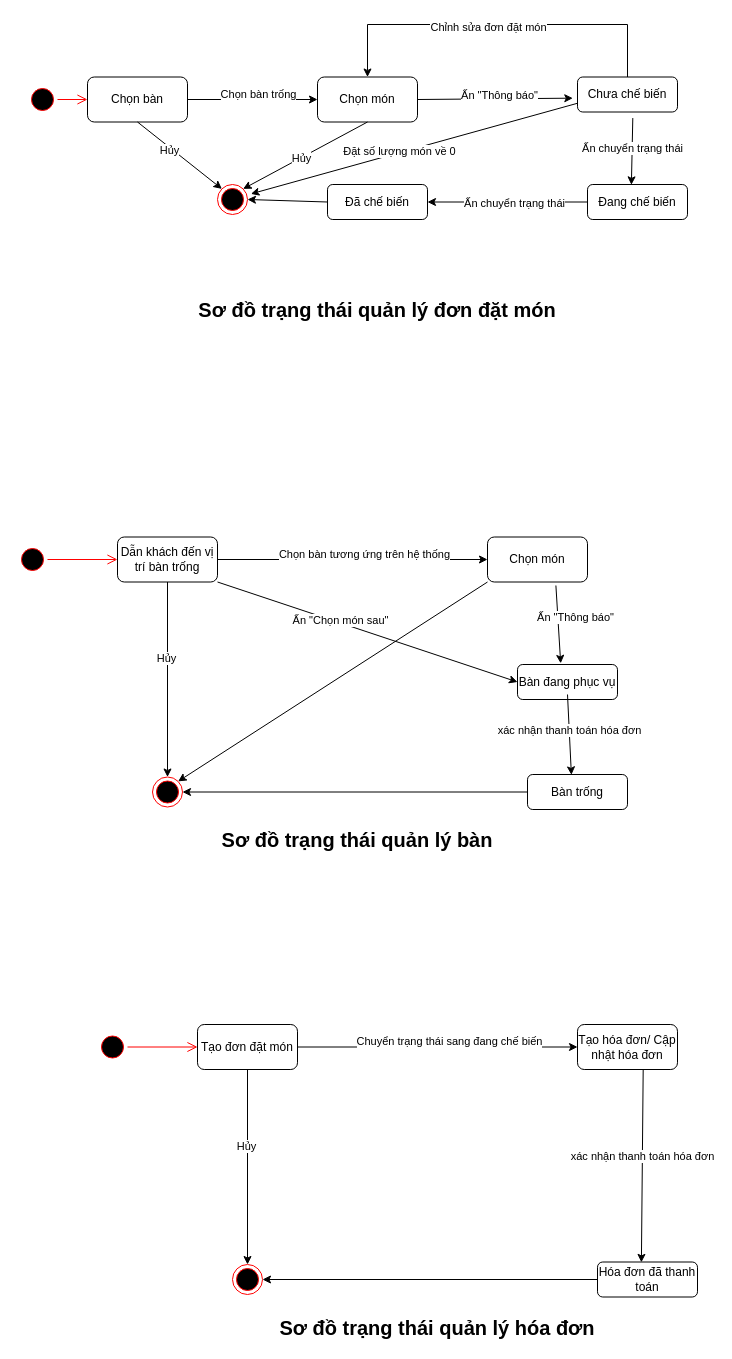
This is StateDiagram.drawio from damvuong02/DoAnDocument, a draw.io file, before an edit. Source tidied: cells renumbered, new cells numbered last; positions are measured from the earlier drawing's top-left corner, leaving out a move shared by most shapes. Both pictures are drawn from the tidied source at 100%, with x=0, y=0 at pixel (17, 24).
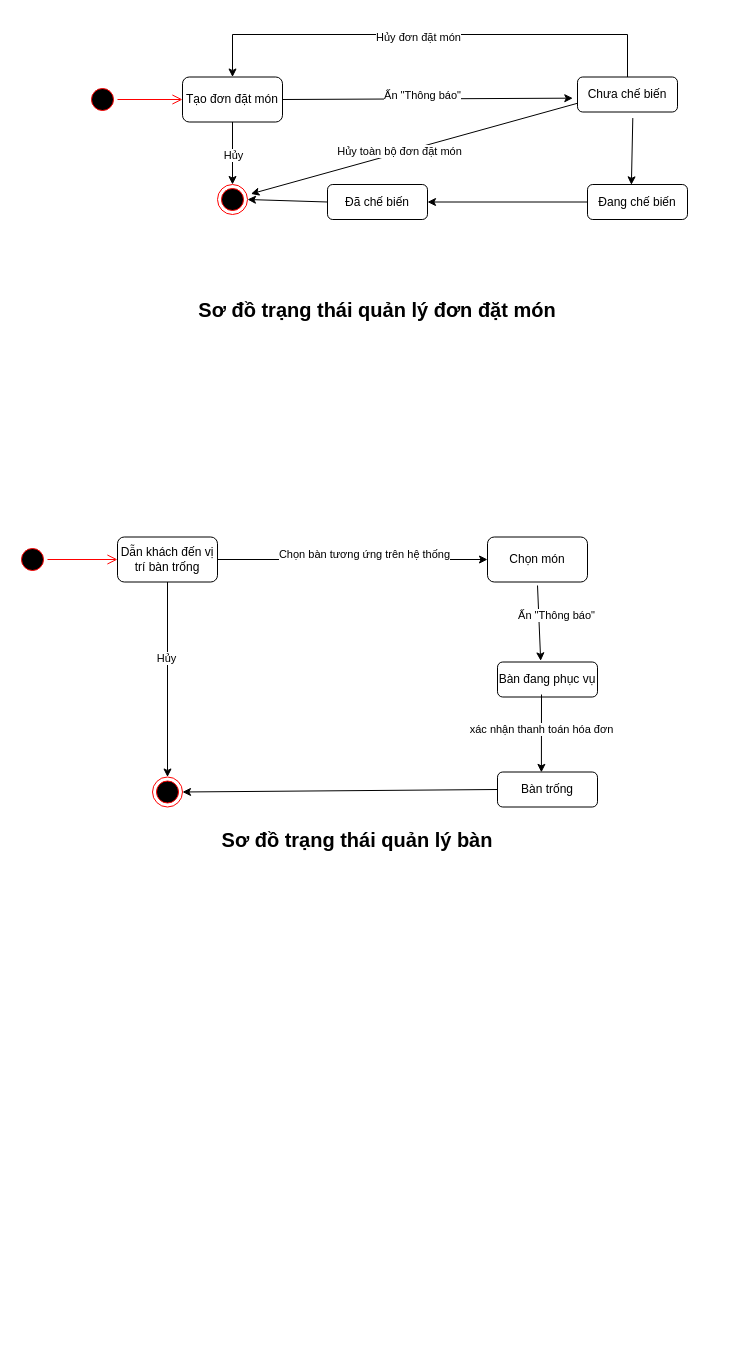
The same diagram, later.

The change refers to these unchanged cells:
```xml
<mxCell id="3" style="ellipse;html=1;shape=endState;fillColor=#000000;strokeColor=#ff0000;" parent="1" vertex="1">
  <mxGeometry x="200" y="160" width="30" height="30" as="geometry" />
</mxCell>
<mxCell id="9" value="Chưa chế biến" style="rounded=1;whiteSpace=wrap;html=1;" parent="1" vertex="1">
  <mxGeometry x="560" y="52.5" width="100" height="35" as="geometry" />
</mxCell>
<mxCell id="16" style="endArrow=classic;html=1;rounded=0;exitX=0.553;exitY=1.173;exitDx=0;exitDy=0;exitPerimeter=0;entryX=0.439;entryY=0.01;entryDx=0;entryDy=0;entryPerimeter=0;" parent="1" edge="1" source="9" target="14">
  <mxGeometry relative="1" as="geometry" />
</mxCell>
<mxCell id="18" style="endArrow=classic;html=1;rounded=0;entryX=1;entryY=0.5;entryDx=0;entryDy=0;exitX=0;exitY=0.5;exitDx=0;exitDy=0;" parent="1" edge="1" source="14" target="15">
  <mxGeometry relative="1" as="geometry" />
</mxCell>
<mxCell id="25" style="endArrow=classic;html=1;rounded=0;exitX=0;exitY=0.75;exitDx=0;exitDy=0;entryX=1.113;entryY=0.313;entryDx=0;entryDy=0;entryPerimeter=0;" parent="1" edge="1" source="9" target="3">
  <mxGeometry relative="1" as="geometry" />
</mxCell>
<mxCell id="29" style="ellipse;html=1;shape=endState;fillColor=#000000;strokeColor=#ff0000;" parent="1" vertex="1">
  <mxGeometry x="135" y="752.5" width="30" height="30" as="geometry" />
</mxCell>
<mxCell id="32" value="Chọn món" style="rounded=1;whiteSpace=wrap;html=1;" parent="1" vertex="1">
  <mxGeometry x="470" y="512.5" width="100" height="45" as="geometry" />
</mxCell>
<mxCell id="34" value="Dẫn khách đến vị trí bàn trống" style="rounded=1;whiteSpace=wrap;html=1;" parent="1" vertex="1">
  <mxGeometry x="100" y="512.5" width="100" height="45" as="geometry" />
</mxCell>
```

Diff of the diagram source:
```diff
@@
     <mxCell id="2" style="ellipse;html=1;shape=startState;fillColor=#000000;strokeColor=#ff0000;" parent="1" vertex="1">
-      <mxGeometry x="10" y="60" width="30" height="30" as="geometry" />
+      <mxGeometry x="70" y="60" width="30" height="30" as="geometry" />
     </mxCell>
@@
-    <mxCell id="4" style="endArrow=classic;html=1;rounded=0;entryX=0;entryY=0.5;entryDx=0;entryDy=0;exitX=1;exitY=0.5;exitDx=0;exitDy=0;" parent="1" edge="1" source="8" target="6">
-      <mxGeometry relative="1" as="geometry" />
-    </mxCell>
-    <mxCell id="5" value="Chọn bàn trống" style="edgeLabel;html=1;align=center;verticalAlign=middle;" parent="4" vertex="1">
-      <mxGeometry x="0.08" y="6" relative="1" as="geometry" />
-    </mxCell>
-    <mxCell id="6" value="Chọn món" style="rounded=1;whiteSpace=wrap;html=1;" parent="1" vertex="1">
-      <mxGeometry x="300" y="52.5" width="100" height="45" as="geometry" />
+    <mxCell id="6" value="Tạo đơn đặt món" style="rounded=1;whiteSpace=wrap;html=1;" parent="1" vertex="1">
+      <mxGeometry x="165" y="52.5" width="100" height="45" as="geometry" />
     </mxCell>
-    <mxCell id="7" style="edgeStyle=orthogonalEdgeStyle;html=1;verticalAlign=bottom;endArrow=open;endSize=8;strokeColor=#ff0000;rounded=0;" parent="1" edge="1" source="2" target="8">
+    <mxCell id="7" style="edgeStyle=orthogonalEdgeStyle;html=1;verticalAlign=bottom;endArrow=open;endSize=8;strokeColor=#ff0000;rounded=0;entryX=0;entryY=0.5;entryDx=0;entryDy=0;" parent="1" edge="1" source="2" target="6">
       <mxGeometry relative="1" as="geometry" />
     </mxCell>
-    <mxCell id="8" value="Chọn bàn" style="rounded=1;whiteSpace=wrap;html=1;" parent="1" vertex="1">
-      <mxGeometry x="70" y="52.5" width="100" height="45" as="geometry" />
-    </mxCell>
@@
     <mxCell id="12" style="endArrow=classic;html=1;rounded=0;exitX=0.5;exitY=0;exitDx=0;exitDy=0;entryX=0.5;entryY=0;entryDx=0;entryDy=0;" parent="1" edge="1" source="9" target="6">
       <mxGeometry relative="1" as="geometry">
         <Array as="points">
-          <mxPoint x="610" />
-          <mxPoint x="350" />
+          <mxPoint x="610" y="10" />
+          <mxPoint x="215" y="10" />
         </Array>
       </mxGeometry>
     </mxCell>
-    <mxCell id="13" value="Chỉnh sửa đơn đặt món" style="edgeLabel;html=1;align=center;verticalAlign=middle;" parent="12" vertex="1">
+    <mxCell id="13" value="Hủy đơn đặt món" style="edgeLabel;html=1;align=center;verticalAlign=middle;" parent="12" vertex="1">
       <mxGeometry x="0.05" y="2" relative="1" as="geometry" />
     </mxCell>
@@
-    <mxCell id="17" value="Ấn chuyển trạng thái" style="edgeLabel;html=1;align=center;verticalAlign=middle;" parent="16" vertex="1">
-      <mxGeometry x="-0.1" relative="1" as="geometry" />
-    </mxCell>
@@
-    <mxCell id="19" value="Ấn chuyển trạng thái" style="edgeLabel;html=1;align=center;verticalAlign=middle;" parent="18" vertex="1">
-      <mxGeometry x="-0.07" y="1" relative="1" as="geometry" />
-    </mxCell>
@@
-    <mxCell id="21" style="endArrow=classic;html=1;rounded=0;exitX=0.5;exitY=1;exitDx=0;exitDy=0;entryX=0;entryY=0;entryDx=0;entryDy=0;" parent="1" edge="1" source="8" target="3">
-      <mxGeometry relative="1" as="geometry" />
-    </mxCell>
-    <mxCell id="22" value="Hủy" style="edgeLabel;html=1;align=center;verticalAlign=middle;" parent="21" vertex="1">
-      <mxGeometry x="-0.22" y="-2" relative="1" as="geometry" />
-    </mxCell>
-    <mxCell id="23" style="endArrow=classic;html=1;rounded=0;exitX=0.5;exitY=1;exitDx=0;exitDy=0;entryX=1;entryY=0;entryDx=0;entryDy=0;" parent="1" edge="1" source="6" target="3">
+    <mxCell id="23" style="endArrow=classic;html=1;rounded=0;exitX=0.5;exitY=1;exitDx=0;exitDy=0;entryX=0.5;entryY=0;entryDx=0;entryDy=0;" parent="1" edge="1" source="6" target="3">
       <mxGeometry relative="1" as="geometry" />
     </mxCell>
@@
-    <mxCell id="26" value="Đặt số lượng món về 0" style="edgeLabel;html=1;align=center;verticalAlign=middle;" parent="25" vertex="1">
+    <mxCell id="26" value="Hủy toàn bộ đơn đặt món" style="edgeLabel;html=1;align=center;verticalAlign=middle;" parent="25" vertex="1">
       <mxGeometry x="0.09" y="-2" relative="1" as="geometry" />
     </mxCell>
@@
     <mxCell id="35" value="Bàn đang phục vụ" style="rounded=1;whiteSpace=wrap;html=1;" parent="1" vertex="1">
-      <mxGeometry x="500" y="640" width="100" height="35" as="geometry" />
+      <mxGeometry x="480" y="637.5" width="100" height="35" as="geometry" />
     </mxCell>
-    <mxCell id="36" style="endArrow=classic;html=1;rounded=0;entryX=0.432;entryY=-0.033;entryDx=0;entryDy=0;entryPerimeter=0;exitX=0.684;exitY=1.078;exitDx=0;exitDy=0;exitPerimeter=0;" parent="1" edge="1" source="32" target="35">
-      <mxGeometry relative="1" as="geometry" />
+    <mxCell id="36" style="endArrow=classic;html=1;rounded=0;entryX=0.432;entryY=-0.033;entryDx=0;entryDy=0;entryPerimeter=0;" parent="1" edge="1" target="35">
+      <mxGeometry relative="1" as="geometry">
+        <mxPoint x="520" y="561" as="sourcePoint" />
+      </mxGeometry>
     </mxCell>
@@
     <mxCell id="38" value="Bàn trống" style="rounded=1;whiteSpace=wrap;html=1;" parent="1" vertex="1">
-      <mxGeometry x="510" y="750" width="100" height="35" as="geometry" />
+      <mxGeometry x="480" y="747.5" width="100" height="35" as="geometry" />
     </mxCell>
     <mxCell id="39" style="endArrow=classic;html=1;rounded=0;entryX=0.439;entryY=0.01;entryDx=0;entryDy=0;entryPerimeter=0;" parent="1" edge="1" target="38">
       <mxGeometry relative="1" as="geometry">
-        <mxPoint x="550" y="670" as="sourcePoint" />
+        <mxPoint x="524" y="670" as="sourcePoint" />
       </mxGeometry>
     </mxCell>
@@
-    <mxCell id="45" style="endArrow=classic;html=1;rounded=0;exitX=0;exitY=1;exitDx=0;exitDy=0;entryX=1;entryY=0;entryDx=0;entryDy=0;" parent="1" edge="1" source="32" target="29">
-      <mxGeometry relative="1" as="geometry" />
-    </mxCell>
-    <mxCell id="46" style="endArrow=classic;html=1;rounded=0;exitX=1;exitY=1;exitDx=0;exitDy=0;entryX=0;entryY=0.5;entryDx=0;entryDy=0;" parent="1" edge="1" source="34" target="35">
-      <mxGeometry relative="1" as="geometry" />
-    </mxCell>
-    <mxCell id="47" value="Ấn &quot;Chọn món sau&quot;" style="edgeLabel;html=1;align=center;verticalAlign=middle;" parent="46" vertex="1">
-      <mxGeometry x="-0.19" y="3" relative="1" as="geometry" />
-    </mxCell>
-    <mxCell id="48" style="ellipse;html=1;shape=startState;fillColor=#000000;strokeColor=#ff0000;" parent="1" vertex="1">
-      <mxGeometry x="80" y="1007.5" width="30" height="30" as="geometry" />
-    </mxCell>
-    <mxCell id="49" style="ellipse;html=1;shape=endState;fillColor=#000000;strokeColor=#ff0000;" parent="1" vertex="1">
-      <mxGeometry x="215" y="1240" width="30" height="30" as="geometry" />
-    </mxCell>
-    <mxCell id="50" style="endArrow=classic;html=1;rounded=0;entryX=0;entryY=0.5;entryDx=0;entryDy=0;exitX=1;exitY=0.5;exitDx=0;exitDy=0;" parent="1" edge="1" source="54" target="52">
-      <mxGeometry relative="1" as="geometry" />
-    </mxCell>
-    <mxCell id="51" value="Chuyển trạng thái sang đang chế biến" style="edgeLabel;html=1;align=center;verticalAlign=middle;" parent="50" vertex="1">
-      <mxGeometry x="0.08" y="6" relative="1" as="geometry" />
-    </mxCell>
-    <mxCell id="52" value="Tạo hóa đơn/ Cập nhật hóa đơn" style="rounded=1;whiteSpace=wrap;html=1;" parent="1" vertex="1">
-      <mxGeometry x="560" y="1000" width="100" height="45" as="geometry" />
-    </mxCell>
-    <mxCell id="53" style="edgeStyle=orthogonalEdgeStyle;html=1;verticalAlign=bottom;endArrow=open;endSize=8;strokeColor=#ff0000;rounded=0;" parent="1" edge="1" source="48" target="54">
-      <mxGeometry relative="1" as="geometry" />
-    </mxCell>
-    <mxCell id="54" value="Tạo đơn đặt món" style="rounded=1;whiteSpace=wrap;html=1;" parent="1" vertex="1">
-      <mxGeometry x="180" y="1000" width="100" height="45" as="geometry" />
-    </mxCell>
-    <mxCell id="55" value="Hóa đơn đã thanh toán" style="rounded=1;whiteSpace=wrap;html=1;" parent="1" vertex="1">
-      <mxGeometry x="580" y="1237.5" width="100" height="35" as="geometry" />
-    </mxCell>
-    <mxCell id="56" style="endArrow=classic;html=1;rounded=0;entryX=0.439;entryY=0.01;entryDx=0;entryDy=0;entryPerimeter=0;exitX=0.657;exitY=0.989;exitDx=0;exitDy=0;exitPerimeter=0;" parent="1" edge="1" source="52" target="55">
-      <mxGeometry relative="1" as="geometry" />
-    </mxCell>
-    <mxCell id="57" value="xác nhận thanh toán hóa đơn" style="edgeLabel;html=1;align=center;verticalAlign=middle;" parent="56" vertex="1">
-      <mxGeometry x="-0.1" relative="1" as="geometry" />
-    </mxCell>
-    <mxCell id="58" style="endArrow=classic;html=1;rounded=0;entryX=1;entryY=0.5;entryDx=0;entryDy=0;exitX=0;exitY=0.5;exitDx=0;exitDy=0;" parent="1" edge="1" source="55" target="49">
-      <mxGeometry relative="1" as="geometry" />
-    </mxCell>
-    <mxCell id="59" style="endArrow=classic;html=1;rounded=0;exitX=0.5;exitY=1;exitDx=0;exitDy=0;entryX=0.5;entryY=0;entryDx=0;entryDy=0;" parent="1" edge="1" source="54" target="49">
-      <mxGeometry relative="1" as="geometry" />
-    </mxCell>
-    <mxCell id="60" value="Hủy" style="edgeLabel;html=1;align=center;verticalAlign=middle;" parent="59" vertex="1">
-      <mxGeometry x="-0.22" y="-2" relative="1" as="geometry" />
-    </mxCell>
-    <mxCell id="61" value="&lt;font style=&quot;font-size: 20px;&quot;&gt;&lt;b&gt;Sơ đồ trạng thái quản lý hóa đơn&lt;/b&gt;&lt;/font&gt;" style="text;html=1;align=center;verticalAlign=middle;whiteSpace=wrap;rounded=0;" parent="1" vertex="1">
-      <mxGeometry x="220" y="1287.5" width="400" height="30" as="geometry" />
-    </mxCell>
```
